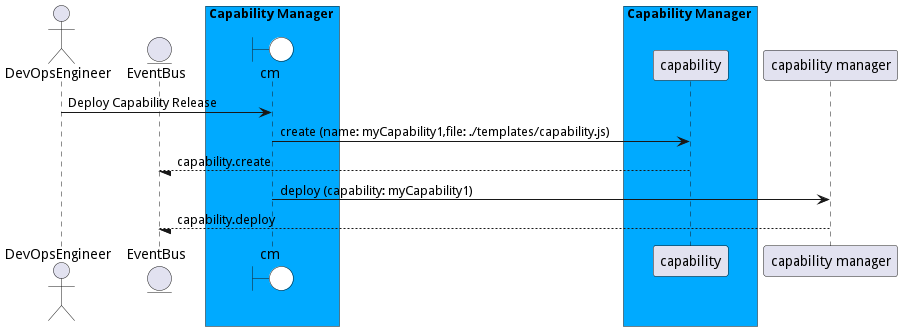
madajaju/sabr keeps this PlantUML diagram as docs/sabr/aml/cm/usecases/deploycapability/DeployCapabilityRelease.png. Above is the earlier version. Source of this version:
```plantuml
@startuml

actor "DevOpsEngineer"


entity EventBus

box Capability Manager #00aaff
    boundary cm #white
end box


box Capability Manager #00aaff
            participant capability
    end box


"DevOpsEngineer" -> cm: Deploy Capability Release

    cm -> "capability": create (name: myCapability1,file: ./templates/capability.js)

    "capability" --/ EventBus: capability.create

    cm -> "capability manager": deploy (capability: myCapability1)

    "capability manager" --/ EventBus: capability.deploy



@enduml
```
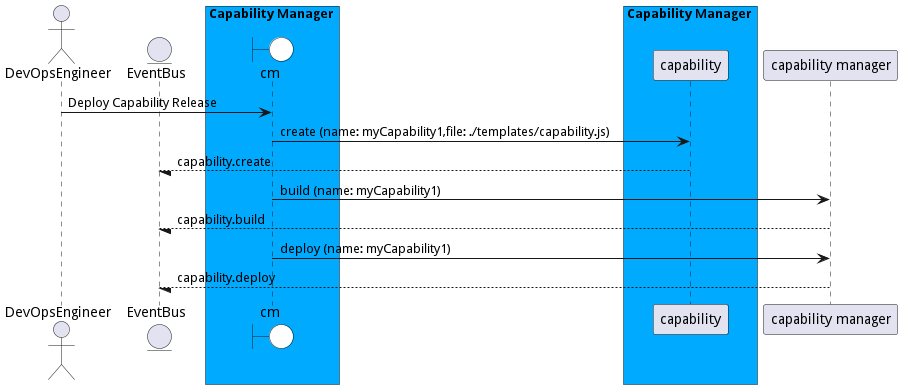
After the change.

What changed in the source:
```diff
@@ -21,7 +21,11 @@
 
     "capability" --/ EventBus: capability.create
 
-    cm -> "capability manager": deploy (capability: myCapability1)
+    cm -> "capability manager": build (name: myCapability1)
+
+    "capability manager" --/ EventBus: capability.build
+
+    cm -> "capability manager": deploy (name: myCapability1)
 
     "capability manager" --/ EventBus: capability.deploy
 
```
